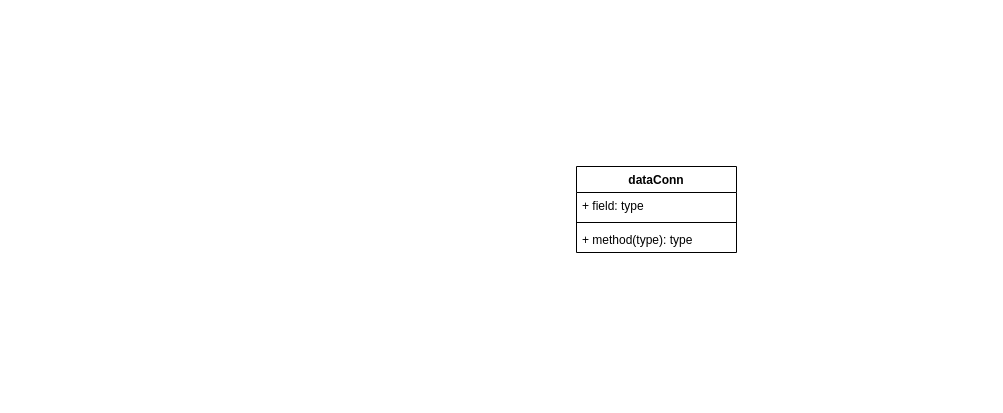
The draw.io diagram Diagrams/UML.drawio in johanbergfalk/DAT055_circles, before the edit. Source tidied: cells renumbered, new cells numbered last; positions are measured from the earlier drawing's top-left corner, leaving out a move shared by most shapes. Both pictures are drawn from the tidied source at 100%, with x=0, y=0 at pixel (576, 166).
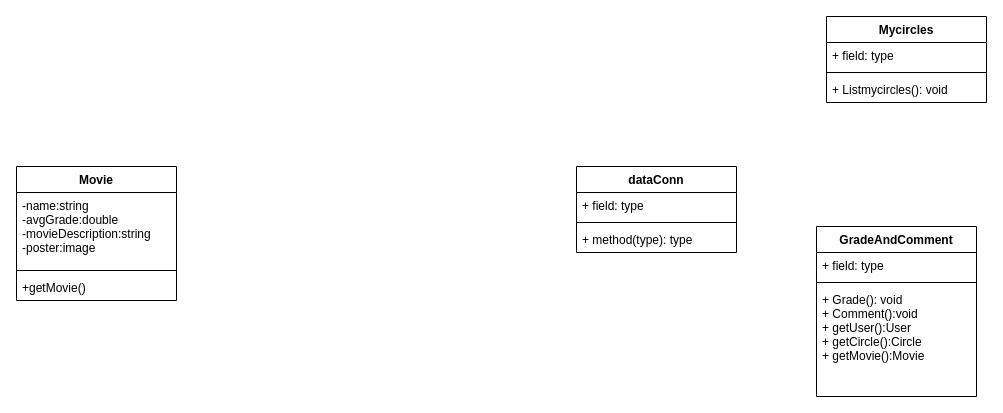
After the change.

What changed in the source:
```diff
@@
 <mxGraphModel>
   <root>
     <mxCell id="0" />
     <mxCell id="1" parent="0" />
     <mxCell id="2" value="dataConn" style="swimlane;fontStyle=1;align=center;verticalAlign=top;horizontal=1;startSize=26;" parent="1" vertex="1">
       <mxGeometry width="160" height="86" as="geometry" />
     </mxCell>
     <mxCell id="3" value="+ field: type" style="text;strokeColor=none;fillColor=none;align=left;verticalAlign=top;spacingLeft=4;spacingRight=4;overflow=hidden;" parent="2" vertex="1">
       <mxGeometry y="26" width="160" height="26" as="geometry" />
     </mxCell>
     <mxCell id="4" style="line;strokeWidth=1;fillColor=none;align=left;verticalAlign=middle;spacingTop=-1;spacingLeft=3;spacingRight=3;labelPosition=right;" parent="2" vertex="1">
       <mxGeometry y="52" width="160" height="8" as="geometry" />
     </mxCell>
     <mxCell id="5" value="+ method(type): type" style="text;strokeColor=none;fillColor=none;align=left;verticalAlign=top;spacingLeft=4;spacingRight=4;overflow=hidden;" parent="2" vertex="1">
       <mxGeometry y="60" width="160" height="26" as="geometry" />
     </mxCell>
+    <mxCell id="6" value="Mycircles" style="swimlane;fontStyle=1;align=center;verticalAlign=top;horizontal=1;startSize=26;" parent="1" vertex="1">
+      <mxGeometry x="250" y="-150" width="160" height="86" as="geometry" />
+    </mxCell>
+    <mxCell id="7" value="+ field: type" style="text;strokeColor=none;fillColor=none;align=left;verticalAlign=top;spacingLeft=4;spacingRight=4;overflow=hidden;" parent="6" vertex="1">
+      <mxGeometry y="26" width="160" height="26" as="geometry" />
+    </mxCell>
+    <mxCell id="8" style="line;strokeWidth=1;fillColor=none;align=left;verticalAlign=middle;spacingTop=-1;spacingLeft=3;spacingRight=3;labelPosition=right;" parent="6" vertex="1">
+      <mxGeometry y="52" width="160" height="8" as="geometry" />
+    </mxCell>
+    <mxCell id="9" value="+ Listmycircles(): void" style="text;strokeColor=none;fillColor=none;align=left;verticalAlign=top;spacingLeft=4;spacingRight=4;overflow=hidden;" parent="6" vertex="1">
+      <mxGeometry y="60" width="160" height="26" as="geometry" />
+    </mxCell>
+    <mxCell id="10" value="Movie" style="swimlane;fontStyle=1;align=center;verticalAlign=top;horizontal=1;startSize=26;" parent="1" vertex="1">
+      <mxGeometry x="-560" width="160" height="134" as="geometry" />
+    </mxCell>
+    <mxCell id="11" value="-name:string&#10;-avgGrade:double&#10;-movieDescription:string&#10;-poster:image" style="text;strokeColor=none;fillColor=none;align=left;verticalAlign=top;spacingLeft=4;spacingRight=4;overflow=hidden;" parent="10" vertex="1">
+      <mxGeometry y="26" width="160" height="74" as="geometry" />
+    </mxCell>
+    <mxCell id="12" style="line;strokeWidth=1;fillColor=none;align=left;verticalAlign=middle;spacingTop=-1;spacingLeft=3;spacingRight=3;labelPosition=right;" parent="10" vertex="1">
+      <mxGeometry y="100" width="160" height="8" as="geometry" />
+    </mxCell>
+    <mxCell id="13" value="+getMovie()" style="text;strokeColor=none;fillColor=none;align=left;verticalAlign=top;spacingLeft=4;spacingRight=4;overflow=hidden;" parent="10" vertex="1">
+      <mxGeometry y="108" width="160" height="26" as="geometry" />
+    </mxCell>
+    <mxCell id="14" value="GradeAndComment" style="swimlane;fontStyle=1;align=center;verticalAlign=top;horizontal=1;startSize=26;" parent="1" vertex="1">
+      <mxGeometry x="240" y="60" width="160" height="170" as="geometry" />
+    </mxCell>
+    <mxCell id="15" value="+ field: type" style="text;strokeColor=none;fillColor=none;align=left;verticalAlign=top;spacingLeft=4;spacingRight=4;overflow=hidden;" parent="14" vertex="1">
+      <mxGeometry y="26" width="160" height="26" as="geometry" />
+    </mxCell>
+    <mxCell id="16" style="line;strokeWidth=1;fillColor=none;align=left;verticalAlign=middle;spacingTop=-1;spacingLeft=3;spacingRight=3;labelPosition=right;" parent="14" vertex="1">
+      <mxGeometry y="52" width="160" height="8" as="geometry" />
+    </mxCell>
+    <mxCell id="17" value="+ Grade(): void&#10;+ Comment():void&#10;+ getUser():User&#10;+ getCircle():Circle&#10;+ getMovie():Movie" style="text;strokeColor=none;fillColor=none;align=left;verticalAlign=top;spacingLeft=4;spacingRight=4;overflow=hidden;" parent="14" vertex="1">
+      <mxGeometry y="60" width="160" height="110" as="geometry" />
+    </mxCell>
   </root>
 </mxGraphModel>
```
